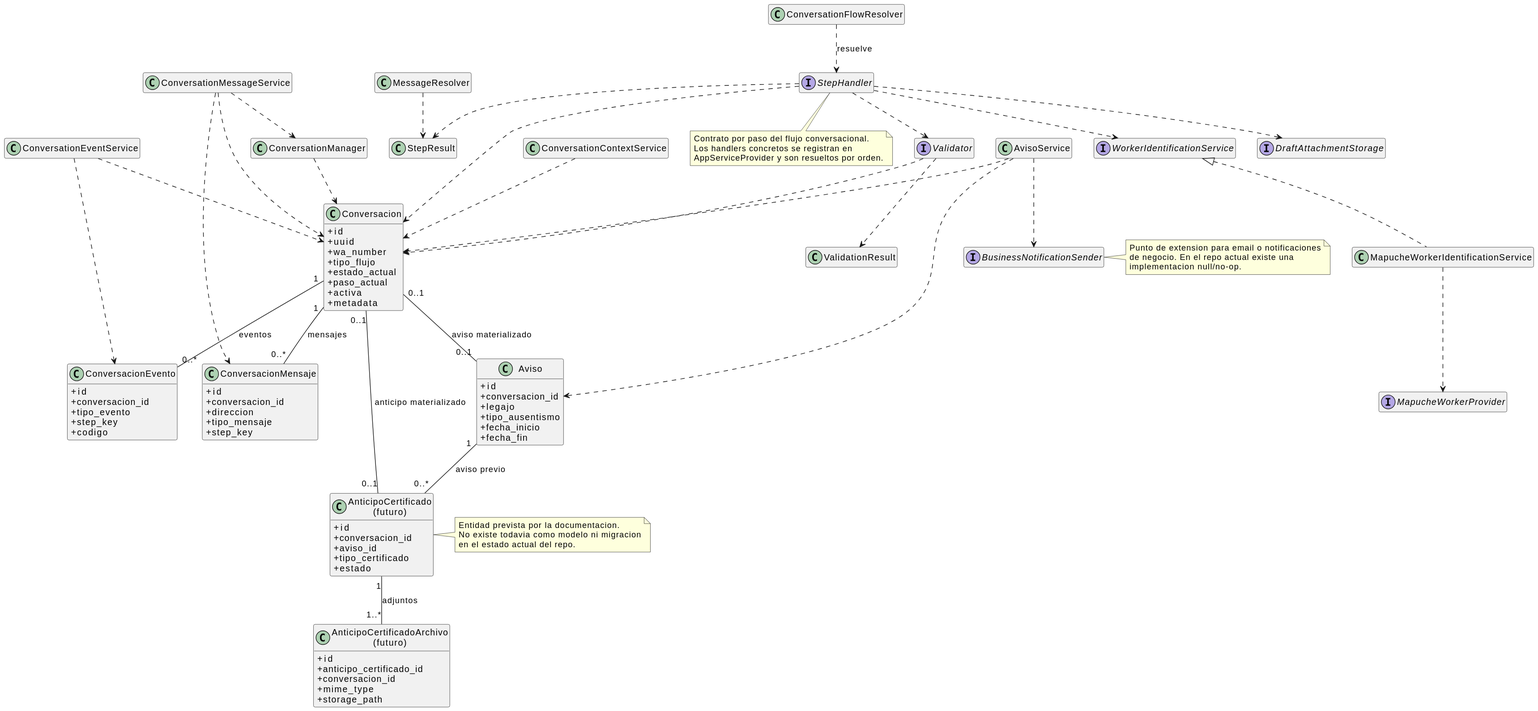
This is docs/diagrams/rendered/classes/conversation-engine.svg from martin-garay/unlu_medicina_laboral, a PlantUML export, as it was before one commit.
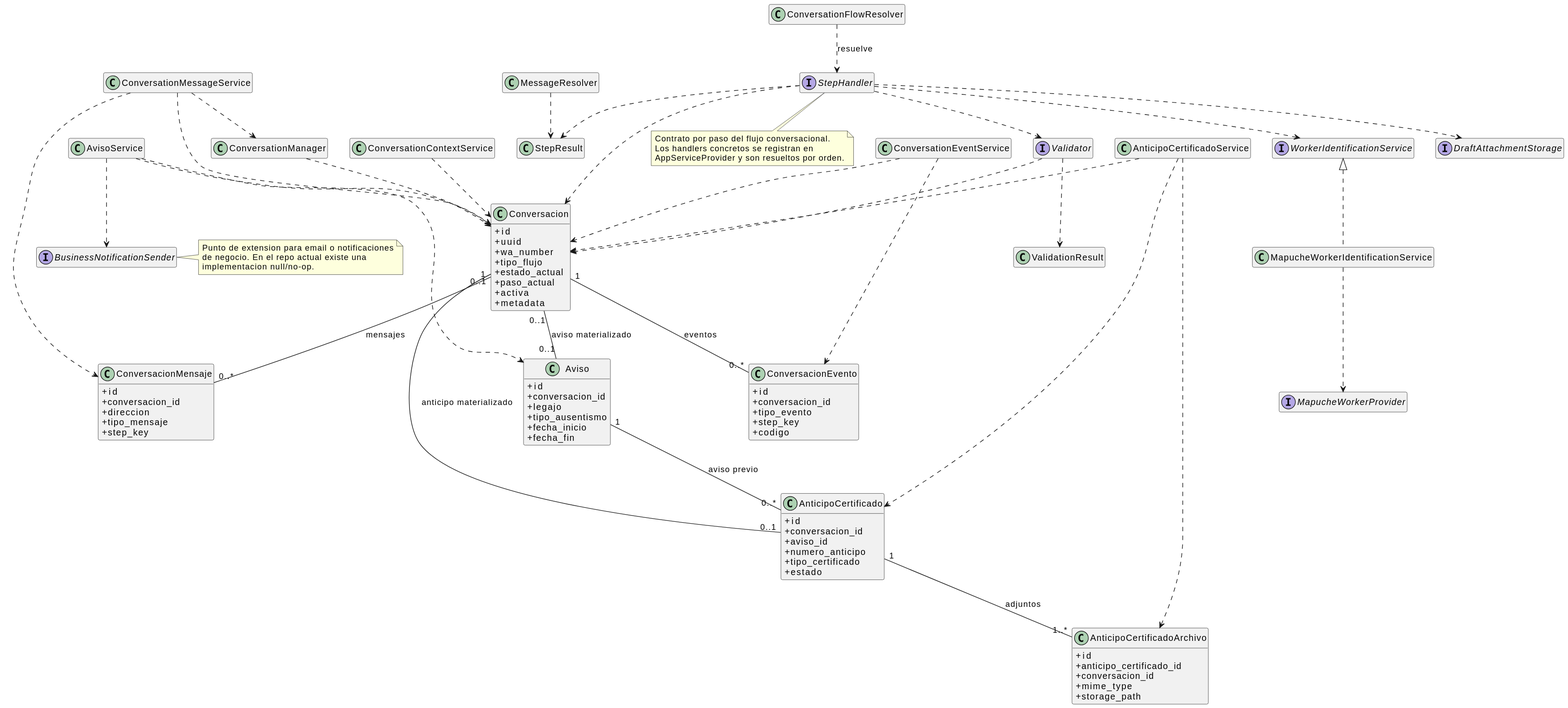
The same file after the commit.

Change to the diagram source:
```diff
@@ -38,15 +38,16 @@
   +fecha_fin
 }
 
-class "AnticipoCertificado\n(futuro)" as AnticipoCertificado {
+class AnticipoCertificado {
   +id
   +conversacion_id
   +aviso_id
+  +numero_anticipo
   +tipo_certificado
   +estado
 }
 
-class "AnticipoCertificadoArchivo\n(futuro)" as AnticipoCertificadoArchivo {
+class AnticipoCertificadoArchivo {
   +id
   +anticipo_certificado_id
   +conversacion_id
@@ -64,6 +65,7 @@
 class ValidationResult
 class MessageResolver
 class AvisoService
+class AnticipoCertificadoService
 class ConversationContextService
 interface WorkerIdentificationService
 class MapucheWorkerIdentificationService
@@ -94,17 +96,14 @@
 AvisoService ..> Conversacion
 AvisoService ..> Aviso
 AvisoService ..> BusinessNotificationSender
+AnticipoCertificadoService ..> Conversacion
+AnticipoCertificadoService ..> AnticipoCertificado
+AnticipoCertificadoService ..> AnticipoCertificadoArchivo
 ConversationContextService ..> Conversacion
 StepHandler ..> WorkerIdentificationService
 StepHandler ..> DraftAttachmentStorage
 WorkerIdentificationService <|.. MapucheWorkerIdentificationService
 MapucheWorkerIdentificationService ..> MapucheWorkerProvider
-
-note right of AnticipoCertificado
-Entidad prevista por la documentacion.
-No existe todavia como modelo ni migracion
-en el estado actual del repo.
-end note
 
 note right of BusinessNotificationSender
 Punto de extension para email o notificaciones
```
